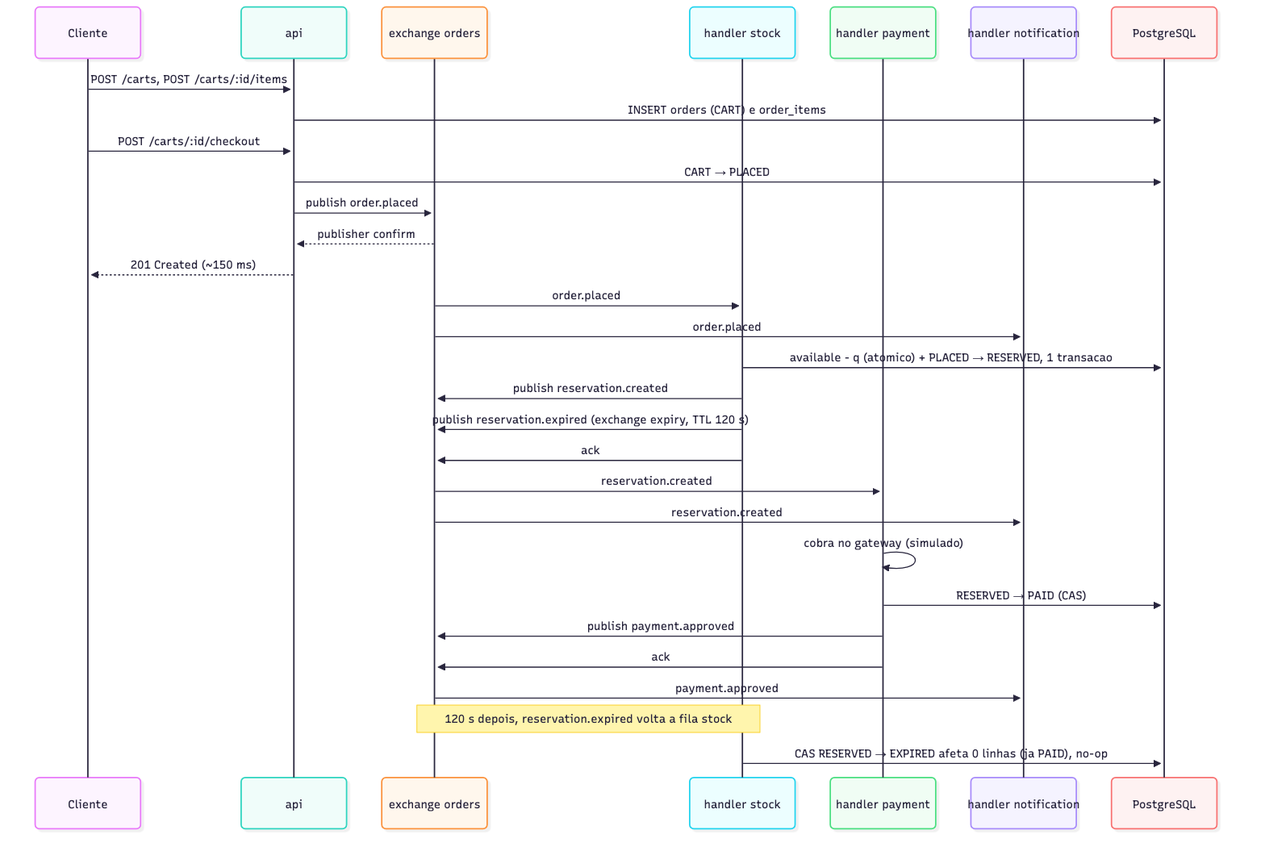
Before: docs/diagramas/sequencia-feliz.png, a diagram exported from Mermaid (NicolasPaterno/message-queue-ecommerce). Its source is kept beside it as docs/diagramas/sequencia-feliz.mmd. Source of this version:
```mermaid
sequenceDiagram
    participant C as Cliente
    participant A as api
    participant X as exchange orders
    participant S as handler stock
    participant P as handler payment
    participant N as handler notification
    participant DB as PostgreSQL

    C->>A: POST /carts, POST /carts/:id/items
    A->>DB: INSERT orders (CART) e order_items
    C->>A: POST /carts/:id/checkout
    A->>DB: CART → PLACED
    A->>X: publish order.placed
    X-->>A: publisher confirm
    A-->>C: 201 Created (~150 ms)

    X->>S: order.placed
    X->>N: order.placed
    S->>DB: available - q (atomico) + PLACED → RESERVED, 1 transacao
    S->>X: publish reservation.created
    S->>X: publish reservation.expired (exchange expiry, TTL 120 s)
    S->>X: ack

    X->>P: reservation.created
    X->>N: reservation.created
    P->>P: cobra no gateway (simulado)
    P->>DB: RESERVED → PAID (CAS)
    P->>X: publish payment.approved
    P->>X: ack
    X->>N: payment.approved

    Note over X,S: 120 s depois, reservation.expired volta a fila stock
    S->>DB: CAS RESERVED → EXPIRED afeta 0 linhas (ja PAID), no-op
```
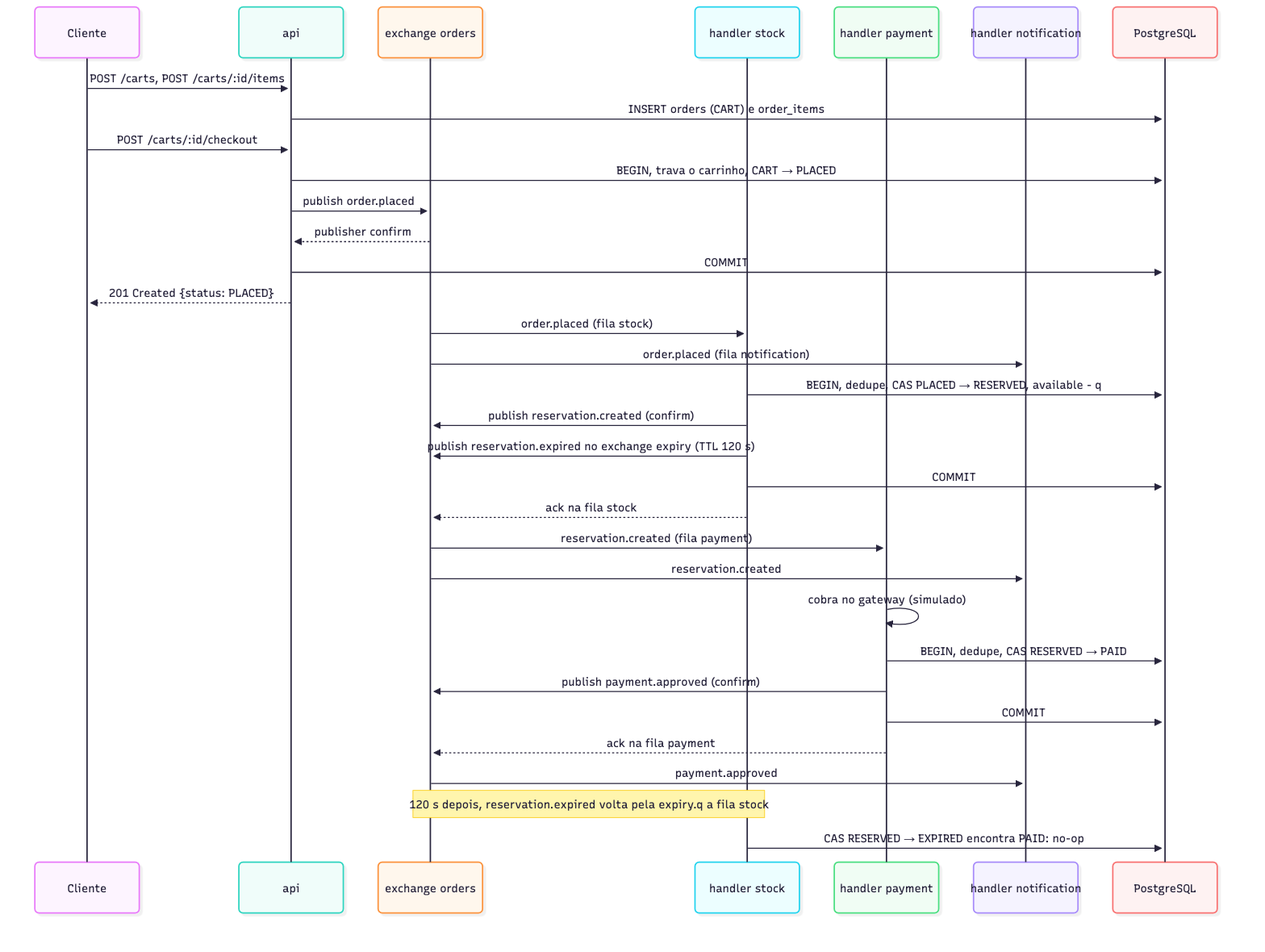
Above is the later version.

What changed in the source:
```diff
@@ -10,25 +10,28 @@
     C->>A: POST /carts, POST /carts/:id/items
     A->>DB: INSERT orders (CART) e order_items
     C->>A: POST /carts/:id/checkout
-    A->>DB: CART → PLACED
+    A->>DB: BEGIN, trava o carrinho, CART → PLACED
     A->>X: publish order.placed
     X-->>A: publisher confirm
-    A-->>C: 201 Created (~150 ms)
+    A->>DB: COMMIT
+    A-->>C: 201 Created {status: PLACED}
 
-    X->>S: order.placed
-    X->>N: order.placed
-    S->>DB: available - q (atomico) + PLACED → RESERVED, 1 transacao
-    S->>X: publish reservation.created
-    S->>X: publish reservation.expired (exchange expiry, TTL 120 s)
-    S->>X: ack
+    X->>S: order.placed (fila stock)
+    X->>N: order.placed (fila notification)
+    S->>DB: BEGIN, dedupe, CAS PLACED → RESERVED, available - q
+    S->>X: publish reservation.created (confirm)
+    S->>X: publish reservation.expired no exchange expiry (TTL 120 s)
+    S->>DB: COMMIT
+    S-->>X: ack na fila stock
 
-    X->>P: reservation.created
+    X->>P: reservation.created (fila payment)
     X->>N: reservation.created
     P->>P: cobra no gateway (simulado)
-    P->>DB: RESERVED → PAID (CAS)
-    P->>X: publish payment.approved
-    P->>X: ack
+    P->>DB: BEGIN, dedupe, CAS RESERVED → PAID
+    P->>X: publish payment.approved (confirm)
+    P->>DB: COMMIT
+    P-->>X: ack na fila payment
     X->>N: payment.approved
 
-    Note over X,S: 120 s depois, reservation.expired volta a fila stock
-    S->>DB: CAS RESERVED → EXPIRED afeta 0 linhas (ja PAID), no-op
+    Note over X,S: 120 s depois, reservation.expired volta pela expiry.q a fila stock
+    S->>DB: CAS RESERVED → EXPIRED encontra PAID: no-op
```
